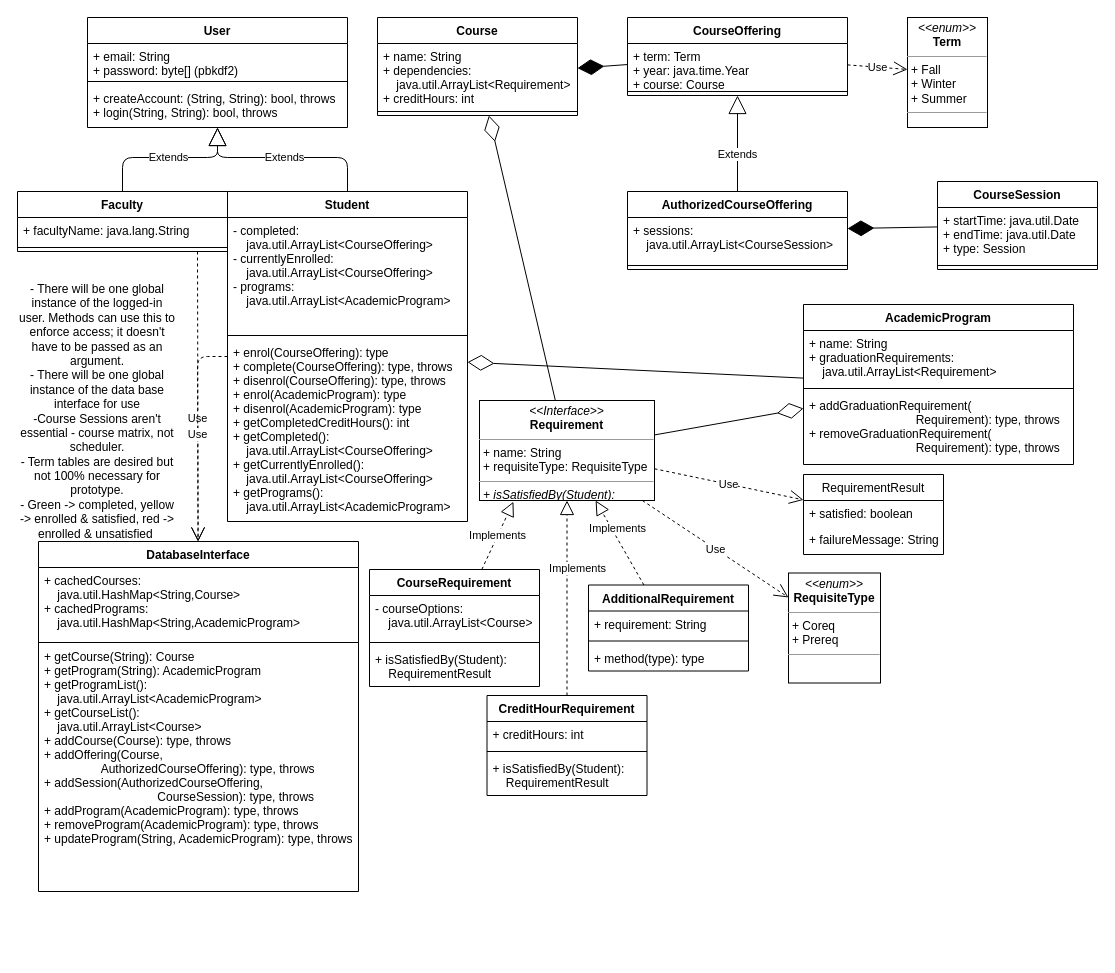
Before: data/data_model.drawio in justend29/UNBuddy, a draw.io diagram. Source tidied: cells renumbered, new cells numbered last; positions are measured from the earlier drawing's top-left corner, leaving out a move shared by most shapes. Both pictures are drawn from the tidied source at 100%, with x=0, y=0 at pixel (17, 17).
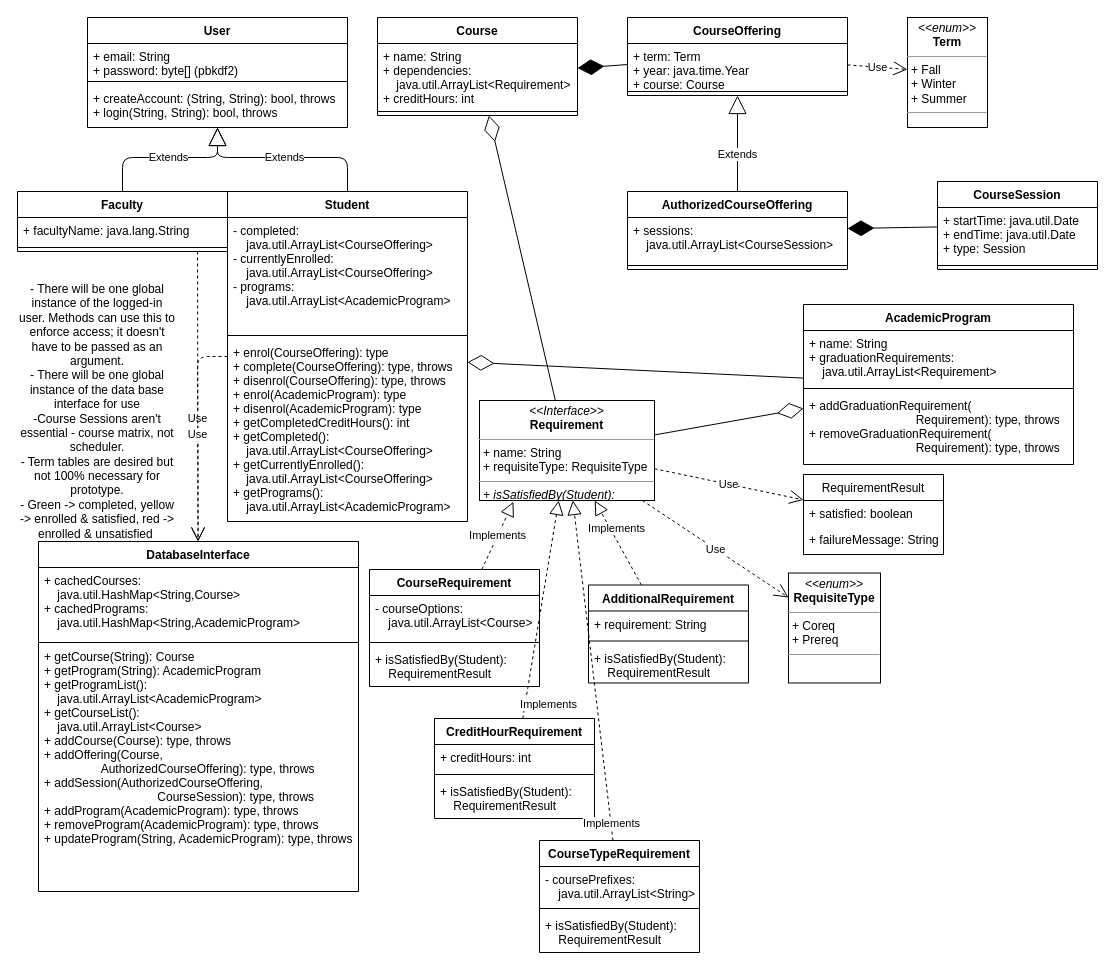
The same page after the edit.

Commit message:
added course type requirement to data model

The change refers to these unchanged cells:
```xml
<mxCell id="23" value="&lt;p style=&quot;margin: 0px ; margin-top: 4px ; text-align: center&quot;&gt;&lt;i&gt;&amp;lt;&amp;lt;Interface&amp;gt;&amp;gt;&lt;/i&gt;&lt;br&gt;&lt;b&gt;Requirement&lt;/b&gt;&lt;/p&gt;&lt;hr size=&quot;1&quot;&gt;&lt;p style=&quot;margin: 0px ; margin-left: 4px&quot;&gt;+ name: String&lt;/p&gt;&lt;p style=&quot;margin: 0px ; margin-left: 4px&quot;&gt;+ requisiteType: RequisiteType&lt;/p&gt;&lt;hr size=&quot;1&quot;&gt;&lt;p style=&quot;margin: 0px ; margin-left: 4px&quot;&gt;&lt;i&gt;+ isSatisfiedBy(Student):&lt;/i&gt;&lt;/p&gt;&lt;p style=&quot;margin: 0px ; margin-left: 4px&quot;&gt;&lt;i&gt;&amp;nbsp; &amp;nbsp; RequirementResult&lt;/i&gt;&lt;br&gt;&lt;/p&gt;" style="verticalAlign=top;align=left;overflow=fill;fontSize=12;fontFamily=Helvetica;html=1;" parent="1" vertex="1">
  <mxGeometry x="462" y="383" width="175" height="100" as="geometry" />
</mxCell>
```

What changed in the source:
```diff
@@
     <mxCell id="16" value="CreditHourRequirement" style="swimlane;fontStyle=1;align=center;verticalAlign=top;horizontal=1;startSize=26;" parent="1" vertex="1">
-      <mxGeometry x="469.5" y="678" width="160" height="100" as="geometry" />
+      <mxGeometry x="417" y="701" width="160" height="100" as="geometry" />
     </mxCell>
@@
     <mxCell id="22" value="Implements" style="endArrow=block;dashed=1;endFill=0;endSize=12;html=1;" parent="1" edge="1" source="16" target="23">
-      <mxGeometry x="0.41" y="-14" relative="1" as="geometry">
-        <mxPoint x="-4" y="10" as="offset" />
-      </mxGeometry>
+      <mxGeometry x="-0.84" y="-23" relative="1" as="geometry" />
     </mxCell>
@@
     <mxCell id="63" value="AdditionalRequirement" style="swimlane;fontStyle=1;align=center;verticalAlign=top;horizontal=1;startSize=26;" parent="1" vertex="1">
-      <mxGeometry x="571" y="567.5" width="160" height="86" as="geometry" />
+      <mxGeometry x="571" y="567.5" width="160" height="98" as="geometry" />
     </mxCell>
@@
-    <mxCell id="66" value="+ method(type): type" style="text;strokeColor=none;fillColor=none;align=left;verticalAlign=top;spacingLeft=4;spacingRight=4;overflow=hidden;" parent="63" vertex="1">
-      <mxGeometry y="60" width="160" height="26" as="geometry" />
+    <mxCell id="66" value="+ isSatisfiedBy(Student): &#10;    RequirementResult" style="text;strokeColor=none;fillColor=none;align=left;verticalAlign=top;spacingLeft=4;spacingRight=4;overflow=hidden;" parent="63" vertex="1">
+      <mxGeometry y="60" width="160" height="38" as="geometry" />
     </mxCell>
@@
+    <mxCell id="68" value="CourseTypeRequirement" style="swimlane;fontStyle=1;align=center;verticalAlign=top;horizontal=1;startSize=26;" parent="1" vertex="1">
+      <mxGeometry x="522" y="823" width="160" height="112" as="geometry" />
+    </mxCell>
+    <mxCell id="69" value="- coursePrefixes:&#10;    java.util.ArrayList&lt;String&gt;" style="text;strokeColor=none;fillColor=none;align=left;verticalAlign=top;spacingLeft=4;spacingRight=4;overflow=hidden;" parent="68" vertex="1">
+      <mxGeometry y="26" width="160" height="38" as="geometry" />
+    </mxCell>
+    <mxCell id="70" style="line;strokeWidth=1;fillColor=none;align=left;verticalAlign=middle;spacingTop=-1;spacingLeft=3;spacingRight=3;labelPosition=right;" parent="68" vertex="1">
+      <mxGeometry y="64" width="160" height="8" as="geometry" />
+    </mxCell>
+    <mxCell id="71" value="+ isSatisfiedBy(Student):&#10;    RequirementResult" style="text;strokeColor=none;fillColor=none;align=left;verticalAlign=top;spacingLeft=4;spacingRight=4;overflow=hidden;" parent="68" vertex="1">
+      <mxGeometry y="72" width="160" height="40" as="geometry" />
+    </mxCell>
+    <mxCell id="72" value="Implements" style="endArrow=block;dashed=1;endFill=0;endSize=12;html=1;" parent="1" edge="1" source="68" target="23">
+      <mxGeometry x="-0.9" y="-1" relative="1" as="geometry" />
+    </mxCell>
```
